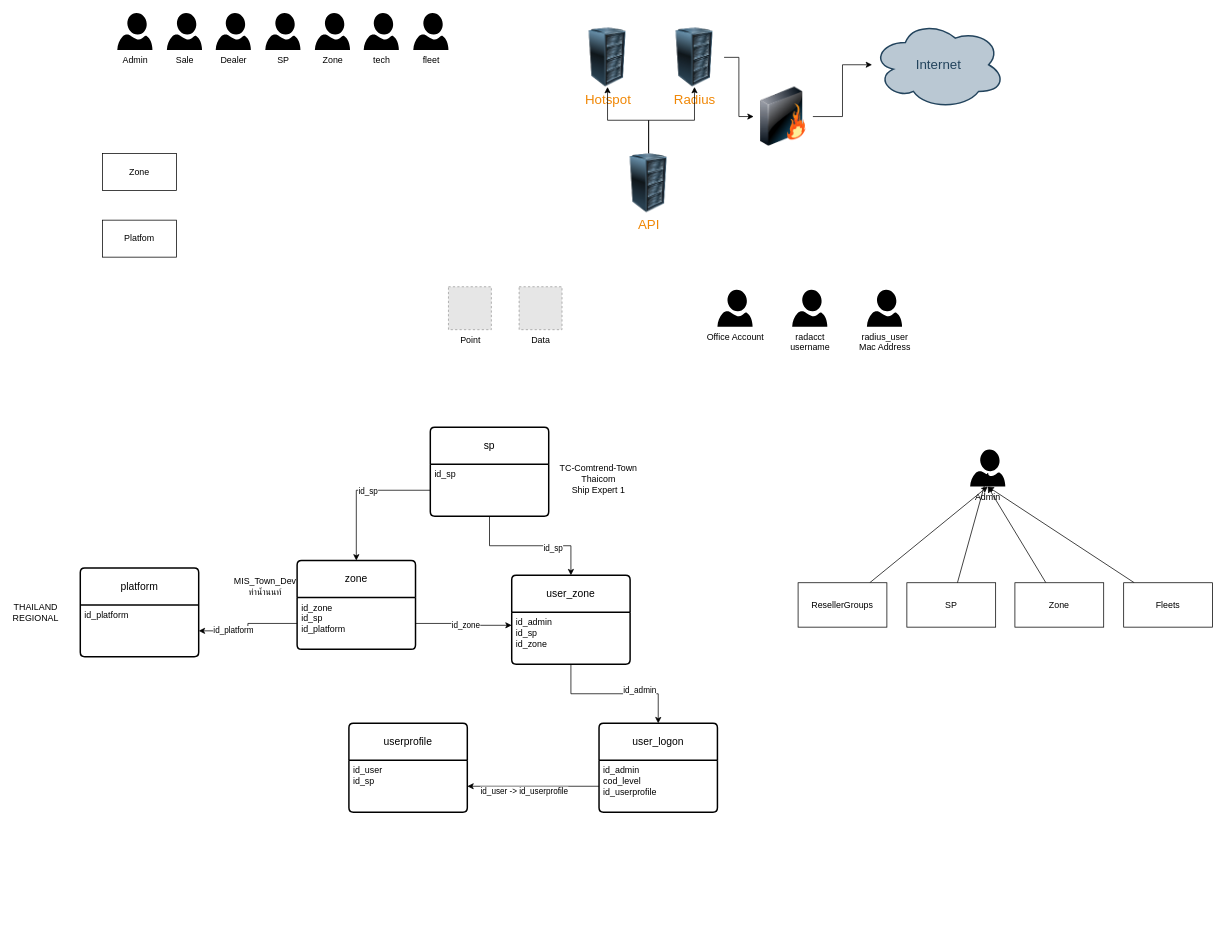
Earlier version of the draw.io diagram Untitled Diagram.drawio (awtbet/mock). Source tidied: cells renumbered, new cells numbered last; positions are measured from the earlier drawing's top-left corner, leaving out a move shared by most shapes. Both pictures are drawn from the tidied source at 74%, with x=0, y=0 at pixel (13, 13). Pictures stored in the file or linked from it are replaced by grey dashed boxes.
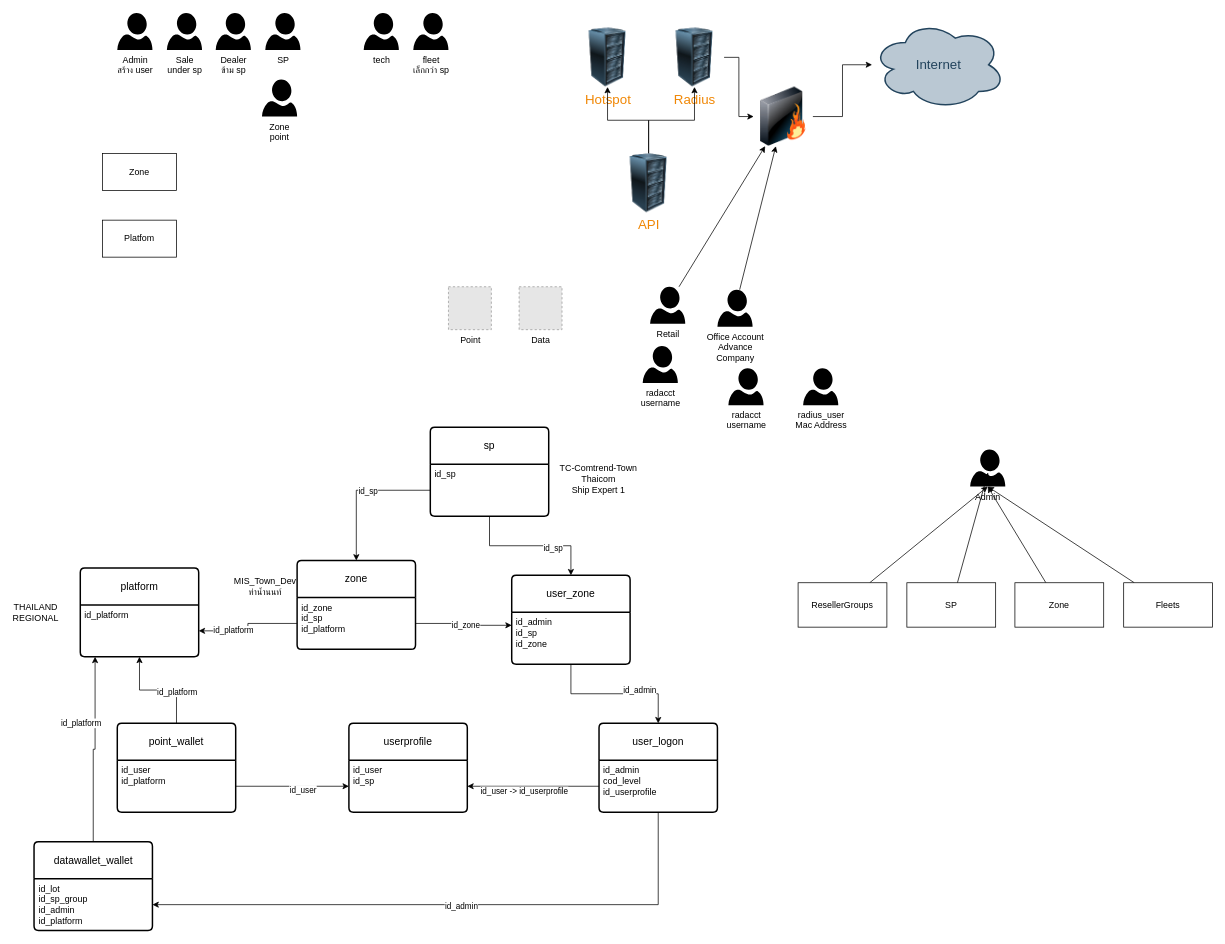
After the change.

Unchanged cells that the change refers to:
```xml
<mxCell id="4" style="image;html=1;image=img/lib/clip_art/networking/Firewall_128x128.png;shadow=0;strokeColor=#000000;fillColor=#FFFFFF;gradientColor=none;fontSize=18;fontColor=#F08705;fontStyle=0;" parent="1" vertex="1">
  <mxGeometry x="1000" y="100" width="80" height="80" as="geometry" />
</mxCell>
<mxCell id="26" value="id_user&lt;br&gt;id_sp" style="align=left;strokeColor=none;fillColor=none;spacingLeft=4;fontSize=12;verticalAlign=top;html=1;" parent="25" vertex="1">
  <mxGeometry y="50" width="160" height="70" as="geometry" />
</mxCell>
<mxCell id="28" value="id_admin&lt;br&gt;cod_level&lt;br&gt;id_userprofile" style="align=left;strokeColor=none;fillColor=none;spacingLeft=4;fontSize=12;verticalAlign=top;html=1;" parent="27" vertex="1">
  <mxGeometry y="50" width="160" height="70" as="geometry" />
</mxCell>
<mxCell id="57" value="id_platform" style="align=left;strokeColor=none;fillColor=none;spacingLeft=4;fontSize=12;verticalAlign=top;html=1;" parent="56" vertex="1">
  <mxGeometry y="50" width="160" height="70" as="geometry" />
</mxCell>
```

The edit, as a diff of the source:
```diff
@@
-    <mxCell id="11" value="Admin" style="verticalLabelPosition=bottom;html=1;verticalAlign=top;align=center;strokeColor=none;fillColor=#000000;shape=mxgraph.azure.user;" parent="1" vertex="1">
+    <mxCell id="11" value="Admin&lt;br&gt;สร้าง user" style="verticalLabelPosition=bottom;html=1;verticalAlign=top;align=center;strokeColor=none;fillColor=#000000;shape=mxgraph.azure.user;" parent="1" vertex="1">
       <mxGeometry x="140" width="47.5" height="50" as="geometry" />
     </mxCell>
-    <mxCell id="12" value="Sale" style="verticalLabelPosition=bottom;html=1;verticalAlign=top;align=center;strokeColor=none;fillColor=#000000;shape=mxgraph.azure.user;" parent="1" vertex="1">
+    <mxCell id="12" value="Sale&lt;br&gt;under sp" style="verticalLabelPosition=bottom;html=1;verticalAlign=top;align=center;strokeColor=none;fillColor=#000000;shape=mxgraph.azure.user;" parent="1" vertex="1">
       <mxGeometry x="207" width="47.5" height="50" as="geometry" />
     </mxCell>
-    <mxCell id="13" value="Dealer" style="verticalLabelPosition=bottom;html=1;verticalAlign=top;align=center;strokeColor=none;fillColor=#000000;shape=mxgraph.azure.user;" parent="1" vertex="1">
+    <mxCell id="13" value="Dealer&lt;br&gt;ข้าม sp" style="verticalLabelPosition=bottom;html=1;verticalAlign=top;align=center;strokeColor=none;fillColor=#000000;shape=mxgraph.azure.user;" parent="1" vertex="1">
       <mxGeometry x="273" width="47.5" height="50" as="geometry" />
     </mxCell>
@@
-    <mxCell id="15" value="Zone" style="verticalLabelPosition=bottom;html=1;verticalAlign=top;align=center;strokeColor=none;fillColor=#000000;shape=mxgraph.azure.user;" parent="1" vertex="1">
-      <mxGeometry x="407" width="47.5" height="50" as="geometry" />
+    <mxCell id="15" value="Zone&lt;br&gt;point" style="verticalLabelPosition=bottom;html=1;verticalAlign=top;align=center;strokeColor=none;fillColor=#000000;shape=mxgraph.azure.user;" parent="1" vertex="1">
+      <mxGeometry x="335.5" y="90" width="47.5" height="50" as="geometry" />
     </mxCell>
@@
-    <mxCell id="17" value="fleet" style="verticalLabelPosition=bottom;html=1;verticalAlign=top;align=center;strokeColor=none;fillColor=#000000;shape=mxgraph.azure.user;" parent="1" vertex="1">
+    <mxCell id="17" value="fleet&lt;br&gt;เล็กกว่า sp" style="verticalLabelPosition=bottom;html=1;verticalAlign=top;align=center;strokeColor=none;fillColor=#000000;shape=mxgraph.azure.user;" parent="1" vertex="1">
       <mxGeometry x="540" width="47.5" height="50" as="geometry" />
     </mxCell>
@@
+    <mxCell id="61" style="rounded=0;jettySize=auto;html=1;" parent="1" edge="1" source="20" target="4">
+      <mxGeometry relative="1" as="geometry" />
+    </mxCell>
-    <mxCell id="20" value="Office Account" style="verticalLabelPosition=bottom;html=1;verticalAlign=top;align=center;strokeColor=none;fillColor=#000000;shape=mxgraph.azure.user;" parent="1" vertex="1">
+    <mxCell id="20" value="Office Account&lt;br&gt;Advance&lt;br&gt;Company" style="verticalLabelPosition=bottom;html=1;verticalAlign=top;align=center;strokeColor=none;fillColor=#000000;shape=mxgraph.azure.user;" parent="1" vertex="1">
       <mxGeometry x="951" y="374" width="47.5" height="50" as="geometry" />
     </mxCell>
     <mxCell id="21" value="radacct&lt;br&gt;username" style="verticalLabelPosition=bottom;html=1;verticalAlign=top;align=center;strokeColor=none;fillColor=#000000;shape=mxgraph.azure.user;" parent="1" vertex="1">
-      <mxGeometry x="1052" y="374" width="47.5" height="50" as="geometry" />
+      <mxGeometry x="965.8" y="480" width="47.5" height="50" as="geometry" />
     </mxCell>
     <mxCell id="22" value="radius_user&lt;br&gt;Mac Address" style="verticalLabelPosition=bottom;html=1;verticalAlign=top;align=center;strokeColor=none;fillColor=#000000;shape=mxgraph.azure.user;" parent="1" vertex="1">
-      <mxGeometry x="1153" y="374" width="47.5" height="50" as="geometry" />
+      <mxGeometry x="1066.8" y="480" width="47.5" height="50" as="geometry" />
     </mxCell>
@@
+    <mxCell id="62" style="edgeStyle=orthogonalEdgeStyle;rounded=0;jettySize=auto;html=1;" parent="1" edge="1" source="64" target="57">
+      <mxGeometry relative="1" as="geometry" />
+    </mxCell>
+    <mxCell id="63" value="id_platform" style="edgeLabel;html=1;align=center;verticalAlign=middle;" parent="62" vertex="1">
+      <mxGeometry x="-0.4" relative="1" as="geometry">
+        <mxPoint y="-1" as="offset" />
+      </mxGeometry>
+    </mxCell>
+    <mxCell id="64" value="point_wallet" style="swimlane;horizontal=1;startSize=50;rounded=1;fontSize=14;fontStyle=0;strokeWidth=2;shadow=0;dashed=0;align=center;arcSize=4;whiteSpace=wrap;html=1;" parent="1" vertex="1">
+      <mxGeometry x="140" y="960" width="160" height="120" as="geometry" />
+    </mxCell>
+    <mxCell id="65" value="id_user&lt;br&gt;id_platform" style="align=left;strokeColor=none;fillColor=none;spacingLeft=4;fontSize=12;verticalAlign=top;html=1;" parent="64" vertex="1">
+      <mxGeometry y="50" width="160" height="70" as="geometry" />
+    </mxCell>
+    <mxCell id="66" style="edgeStyle=orthogonalEdgeStyle;rounded=0;jettySize=auto;html=1;" parent="1" edge="1" source="65" target="26">
+      <mxGeometry relative="1" as="geometry" />
+    </mxCell>
+    <mxCell id="67" value="id_user" style="edgeLabel;html=1;align=center;verticalAlign=middle;" parent="66" vertex="1">
+      <mxGeometry x="0.18" y="-4" relative="1" as="geometry" />
+    </mxCell>
+    <mxCell id="68" style="edgeStyle=orthogonalEdgeStyle;rounded=0;jettySize=auto;html=1;" parent="1" edge="1" source="70" target="57">
+      <mxGeometry relative="1" as="geometry">
+        <Array as="points">
+          <mxPoint x="108" y="995" />
+          <mxPoint x="110" y="995" />
+        </Array>
+      </mxGeometry>
+    </mxCell>
+    <mxCell id="69" value="id_platform" style="edgeLabel;html=1;align=center;verticalAlign=middle;" parent="68" vertex="1">
+      <mxGeometry x="0.24" relative="1" as="geometry">
+        <mxPoint x="-20" y="-6" as="offset" />
+      </mxGeometry>
+    </mxCell>
+    <mxCell id="70" value="datawallet_wallet" style="swimlane;horizontal=1;startSize=50;rounded=1;fontSize=14;fontStyle=0;strokeWidth=2;shadow=0;dashed=0;align=center;arcSize=4;whiteSpace=wrap;html=1;" parent="1" vertex="1">
+      <mxGeometry x="27.5" y="1120" width="160" height="120" as="geometry" />
+    </mxCell>
+    <mxCell id="71" value="id_lot&lt;br&gt;id_sp_group&lt;br&gt;id_admin&lt;br&gt;id_platform" style="align=left;strokeColor=none;fillColor=none;spacingLeft=4;fontSize=12;verticalAlign=top;html=1;" parent="70" vertex="1">
+      <mxGeometry y="50" width="160" height="70" as="geometry" />
+    </mxCell>
+    <mxCell id="72" style="edgeStyle=orthogonalEdgeStyle;rounded=0;jettySize=auto;html=1;entryX=1;entryY=0.5;entryDx=0;entryDy=0;" parent="1" edge="1" source="28" target="71">
+      <mxGeometry relative="1" as="geometry">
+        <Array as="points">
+          <mxPoint x="871" y="1205" />
+        </Array>
+      </mxGeometry>
+    </mxCell>
+    <mxCell id="73" value="id_admin" style="edgeLabel;html=1;align=center;verticalAlign=middle;" parent="72" vertex="1">
+      <mxGeometry x="-0.03" y="2" relative="1" as="geometry" />
+    </mxCell>
+    <mxCell id="74" style="rounded=0;jettySize=auto;html=1;" parent="1" edge="1" source="75" target="4">
+      <mxGeometry relative="1" as="geometry" />
+    </mxCell>
+    <mxCell id="75" value="Retail" style="verticalLabelPosition=bottom;html=1;verticalAlign=top;align=center;strokeColor=none;fillColor=#000000;shape=mxgraph.azure.user;" parent="1" vertex="1">
+      <mxGeometry x="860" y="370" width="47.5" height="50" as="geometry" />
+    </mxCell>
+    <mxCell id="76" value="radacct&lt;br&gt;username" style="verticalLabelPosition=bottom;html=1;verticalAlign=top;align=center;strokeColor=none;fillColor=#000000;shape=mxgraph.azure.user;" parent="1" vertex="1">
+      <mxGeometry x="850" y="450" width="47.5" height="50" as="geometry" />
+    </mxCell>
```
